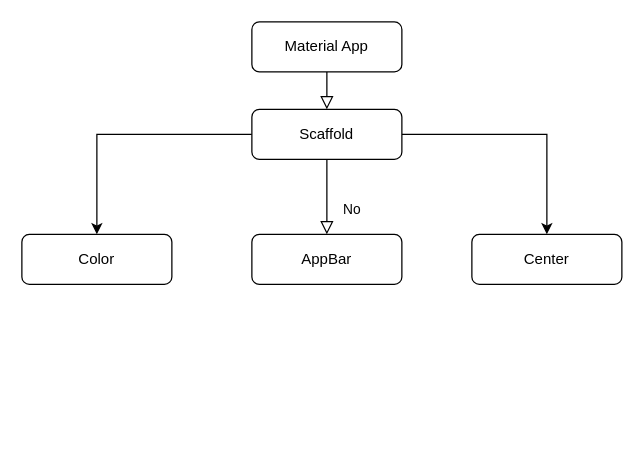
This is tt/flutterLabPart2.drawio from cmskzhan/helloworld, a draw.io file, before an edit. Source tidied: cells renumbered, new cells numbered last; positions are measured from the earlier drawing's top-left corner, leaving out a move shared by most shapes. Both pictures are drawn from the tidied source at 125%, with x=0, y=0 at pixel (21, 21).
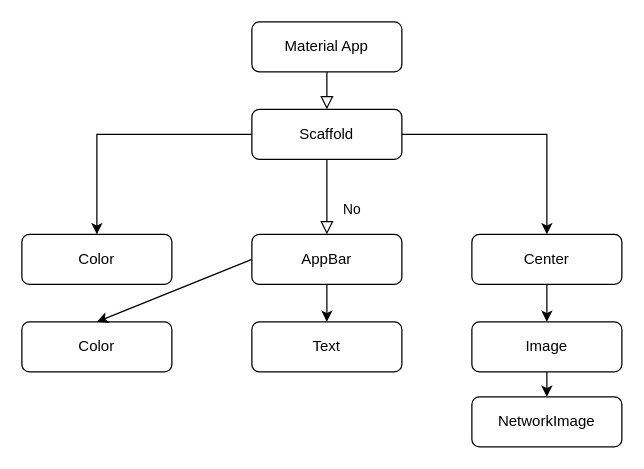
After the change.

Commit message (it also covers changes not shown here):
flutter lab part 2 update

Change to the diagram source:
```diff
@@
 <mxGraphModel>
   <root>
     <mxCell id="0" />
     <mxCell id="1" parent="0" />
     <mxCell id="2" style="rounded=0;html=1;jettySize=auto;fontSize=11;endArrow=block;endFill=0;endSize=8;strokeWidth=1;shadow=0;labelBackgroundColor=none;edgeStyle=orthogonalEdgeStyle;entryX=0.5;entryY=0;entryDx=0;entryDy=0;" parent="1" edge="1" source="3" target="6">
       <mxGeometry relative="1" as="geometry" />
     </mxCell>
     <mxCell id="3" value="Material App" style="rounded=1;whiteSpace=wrap;html=1;fontSize=12;glass=0;strokeWidth=1;shadow=0;" parent="1" vertex="1">
       <mxGeometry x="184" width="120" height="40" as="geometry" />
     </mxCell>
     <mxCell id="4" style="edgeStyle=orthogonalEdgeStyle;rounded=0;jettySize=auto;html=1;exitX=0;exitY=0.5;exitDx=0;exitDy=0;entryX=0.5;entryY=0;entryDx=0;entryDy=0;" parent="1" edge="1" source="6" target="9">
       <mxGeometry relative="1" as="geometry" />
     </mxCell>
     <mxCell id="5" style="edgeStyle=orthogonalEdgeStyle;rounded=0;jettySize=auto;html=1;exitX=1;exitY=0.5;exitDx=0;exitDy=0;entryX=0.5;entryY=0;entryDx=0;entryDy=0;" parent="1" edge="1" source="6" target="10">
       <mxGeometry relative="1" as="geometry" />
     </mxCell>
     <mxCell id="6" value="Scaffold" style="rounded=1;whiteSpace=wrap;html=1;fontSize=12;glass=0;strokeWidth=1;shadow=0;" parent="1" vertex="1">
       <mxGeometry x="184" y="70" width="120" height="40" as="geometry" />
     </mxCell>
     <mxCell id="7" value="No" style="rounded=0;html=1;jettySize=auto;fontSize=11;endArrow=block;endFill=0;endSize=8;strokeWidth=1;shadow=0;labelBackgroundColor=none;edgeStyle=orthogonalEdgeStyle;exitX=0.5;exitY=1;exitDx=0;exitDy=0;" parent="1" edge="1" source="6" target="8">
       <mxGeometry x="0.33" y="20" relative="1" as="geometry" />
     </mxCell>
     <mxCell id="8" value="AppBar" style="rounded=1;whiteSpace=wrap;html=1;fontSize=12;glass=0;strokeWidth=1;shadow=0;" parent="1" vertex="1">
       <mxGeometry x="184" y="170" width="120" height="40" as="geometry" />
     </mxCell>
     <mxCell id="9" value="Color" style="rounded=1;whiteSpace=wrap;html=1;fontSize=12;glass=0;strokeWidth=1;shadow=0;" parent="1" vertex="1">
       <mxGeometry y="170" width="120" height="40" as="geometry" />
     </mxCell>
+    <mxCell id="11" style="edgeStyle=orthogonalEdgeStyle;rounded=0;jettySize=auto;html=1;exitX=0.5;exitY=1;exitDx=0;exitDy=0;entryX=0.5;entryY=0;entryDx=0;entryDy=0;" parent="1" edge="1" source="10" target="12">
+      <mxGeometry relative="1" as="geometry" />
+    </mxCell>
     <mxCell id="10" value="Center" style="rounded=1;whiteSpace=wrap;html=1;fontSize=12;glass=0;strokeWidth=1;shadow=0;" parent="1" vertex="1">
       <mxGeometry x="360" y="170" width="120" height="40" as="geometry" />
     </mxCell>
+    <mxCell id="12" value="Image" style="rounded=1;whiteSpace=wrap;html=1;" parent="1" vertex="1">
+      <mxGeometry x="360" y="240" width="120" height="40" as="geometry" />
+    </mxCell>
+    <mxCell id="13" style="endArrow=classic;html=1;exitX=0.5;exitY=1;exitDx=0;exitDy=0;entryX=0.5;entryY=0;entryDx=0;entryDy=0;" parent="1" edge="1" source="12" target="14">
+      <mxGeometry relative="1" as="geometry" />
+    </mxCell>
+    <mxCell id="14" value="NetworkImage" style="rounded=1;whiteSpace=wrap;html=1;" parent="1" vertex="1">
+      <mxGeometry x="360" y="300" width="120" height="40" as="geometry" />
+    </mxCell>
+    <mxCell id="15" value="Text" style="rounded=1;whiteSpace=wrap;html=1;" parent="1" vertex="1">
+      <mxGeometry x="184" y="240" width="120" height="40" as="geometry" />
+    </mxCell>
+    <mxCell id="16" value="Color" style="rounded=1;whiteSpace=wrap;html=1;fontSize=12;glass=0;strokeWidth=1;shadow=0;" parent="1" vertex="1">
+      <mxGeometry y="240" width="120" height="40" as="geometry" />
+    </mxCell>
+    <mxCell id="17" style="endArrow=classic;html=1;exitX=0.5;exitY=1;exitDx=0;exitDy=0;entryX=0.5;entryY=0;entryDx=0;entryDy=0;" parent="1" edge="1" source="8" target="15">
+      <mxGeometry relative="1" as="geometry" />
+    </mxCell>
+    <mxCell id="18" style="endArrow=classic;html=1;entryX=0.5;entryY=0;entryDx=0;entryDy=0;exitX=0;exitY=0.5;exitDx=0;exitDy=0;" parent="1" edge="1" source="8" target="16">
+      <mxGeometry relative="1" as="geometry" />
+    </mxCell>
   </root>
 </mxGraphModel>
```
